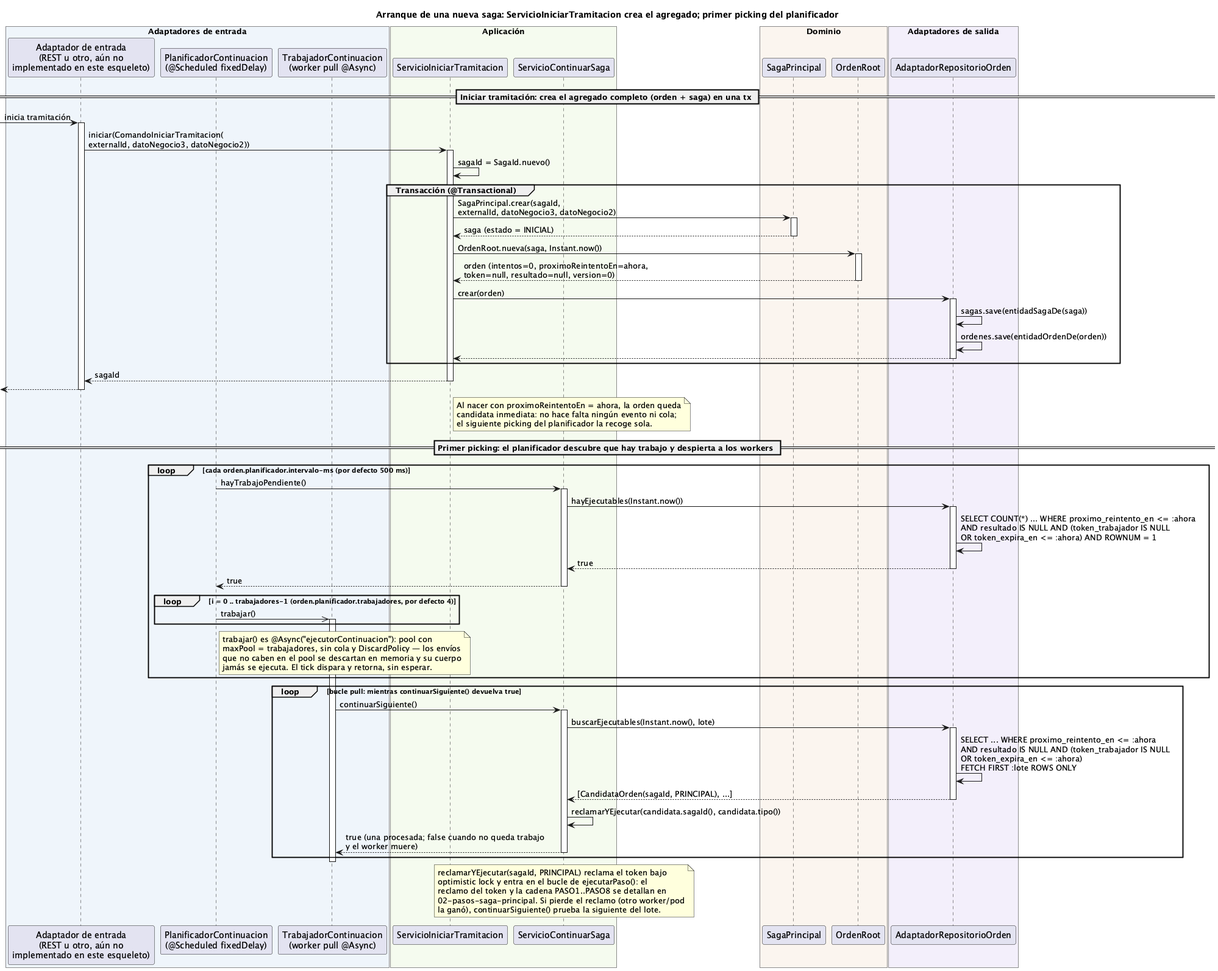
The PlantUML diagram order-manager/docs/01-arranque-saga-nueva.png in ralcazar/patrones, before a commit.
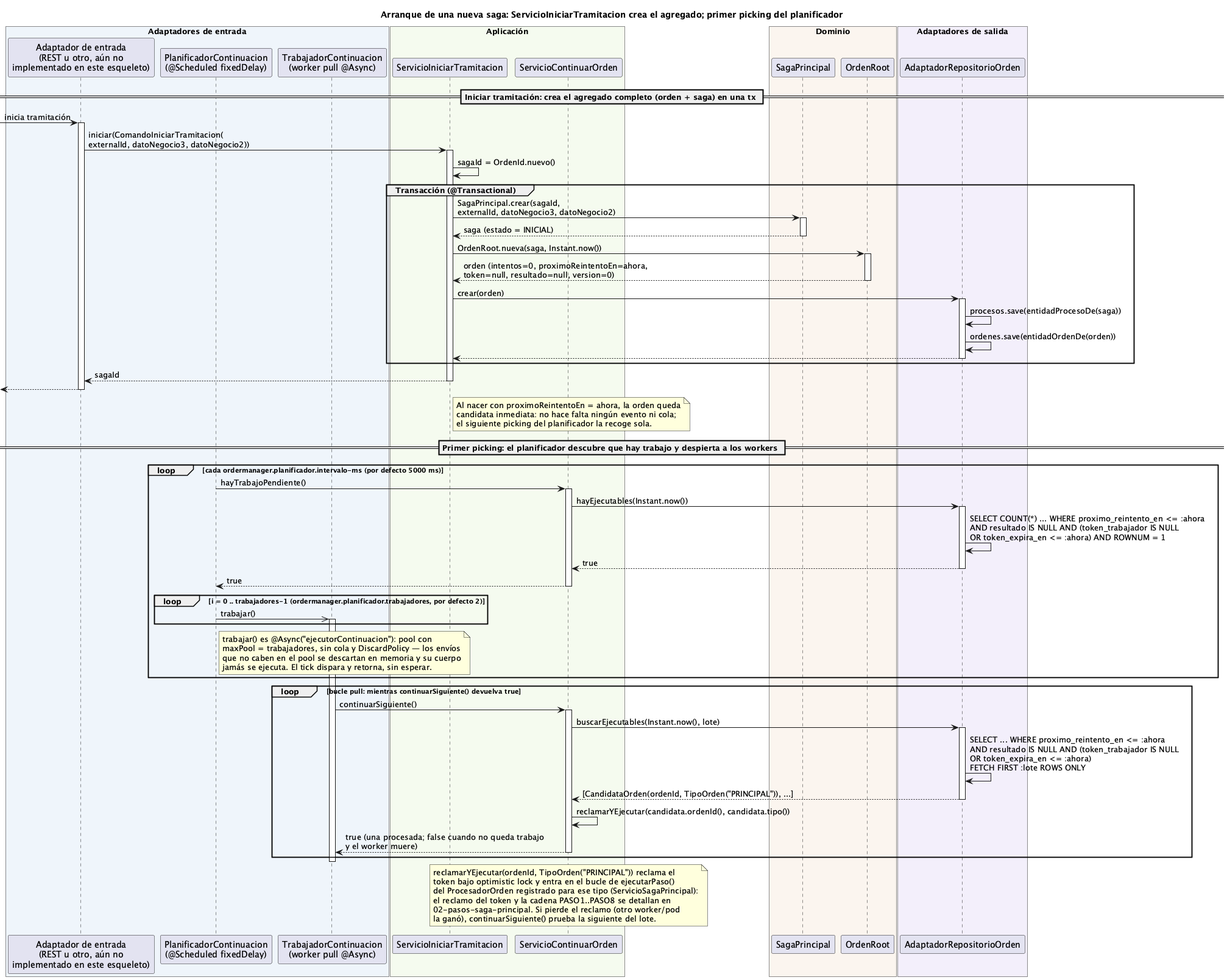
After the change.

The edit, as a diff of the source:
```diff
@@ -1,5 +1,4 @@
 @startuml 01-arranque-saga-nueva
-!pragma layout smetana
 title Arranque de una nueva saga: ServicioIniciarTramitacion crea el agregado; primer picking del planificador
 
 box "Adaptadores de entrada" #EFF5FB
@@ -9,7 +8,7 @@
 end box
 box "Aplicación" #F5FBEF
   participant "ServicioIniciarTramitacion" as INICIAR
-  participant "ServicioContinuarSaga" as CONT
+  participant "ServicioContinuarOrden" as CONT
 end box
 box "Dominio" #FBF5EF
   participant "SagaPrincipal" as SAGA
@@ -23,7 +22,7 @@
 [-> ENTRADA : inicia tramitación
 activate ENTRADA
 ENTRADA -> INICIAR ++ : iniciar(ComandoIniciarTramitacion(\nexternalId, datoNegocio3, datoNegocio2))
-INICIAR -> INICIAR : sagaId = SagaId.nuevo()
+INICIAR -> INICIAR : sagaId = OrdenId.nuevo()
 
 group Transacción (@Transactional)
   INICIAR -> SAGA ++ : SagaPrincipal.crear(sagaId,\nexternalId, datoNegocio3, datoNegocio2)
@@ -31,7 +30,7 @@
   INICIAR -> ORDEN ++ : OrdenRoot.nueva(saga, Instant.now())
   return orden (intentos=0, proximoReintentoEn=ahora,\ntoken=null, resultado=null, version=0)
   INICIAR -> REPO ++ : crear(orden)
-  REPO -> REPO : sagas.save(entidadSagaDe(saga))
+  REPO -> REPO : procesos.save(entidadProcesoDe(saga))
   REPO -> REPO : ordenes.save(entidadOrdenDe(orden))
   return
 end
@@ -46,13 +45,13 @@
 end note
 
 == Primer picking: el planificador descubre que hay trabajo y despierta a los workers ==
-loop cada orden.planificador.intervalo-ms (por defecto 500 ms)
+loop cada ordermanager.planificador.intervalo-ms (por defecto 5000 ms)
   PLAN -> CONT ++ : hayTrabajoPendiente()
   CONT -> REPO ++ : hayEjecutables(Instant.now())
   REPO -> REPO : SELECT COUNT(*) ... WHERE proximo_reintento_en <= :ahora\nAND resultado IS NULL AND (token_trabajador IS NULL\nOR token_expira_en <= :ahora) AND ROWNUM = 1
   return true
   return true
-  loop i = 0 .. trabajadores-1 (orden.planificador.trabajadores, por defecto 4)
+  loop i = 0 .. trabajadores-1 (ordermanager.planificador.trabajadores, por defecto 2)
     PLAN ->> TRAB : trabajar()
     activate TRAB
   end
@@ -68,16 +67,17 @@
   TRAB -> CONT ++ : continuarSiguiente()
   CONT -> REPO ++ : buscarEjecutables(Instant.now(), lote)
   REPO -> REPO : SELECT ... WHERE proximo_reintento_en <= :ahora\nAND resultado IS NULL AND (token_trabajador IS NULL\nOR token_expira_en <= :ahora)\nFETCH FIRST :lote ROWS ONLY
-  return [CandidataOrden(sagaId, PRINCIPAL), ...]
-  CONT -> CONT : reclamarYEjecutar(candidata.sagaId(), candidata.tipo())
+  return [CandidataOrden(ordenId, TipoOrden("PRINCIPAL")), ...]
+  CONT -> CONT : reclamarYEjecutar(candidata.ordenId(), candidata.tipo())
   return true (una procesada; false cuando no queda trabajo\ny el worker muere)
 end
 deactivate TRAB
 
 note over CONT
-  reclamarYEjecutar(sagaId, PRINCIPAL) reclama el token bajo
-  optimistic lock y entra en el bucle de ejecutarPaso(): el
-  reclamo del token y la cadena PASO1..PASO8 se detallan en
+  reclamarYEjecutar(ordenId, TipoOrden("PRINCIPAL")) reclama el
+  token bajo optimistic lock y entra en el bucle de ejecutarPaso()
+  del ProcesadorOrden registrado para ese tipo (ServicioSagaPrincipal):
+  el reclamo del token y la cadena PASO1..PASO8 se detallan en
   02-pasos-saga-principal. Si pierde el reclamo (otro worker/pod
   la ganó), continuarSiguiente() prueba la siguiente del lote.
 end note
```
